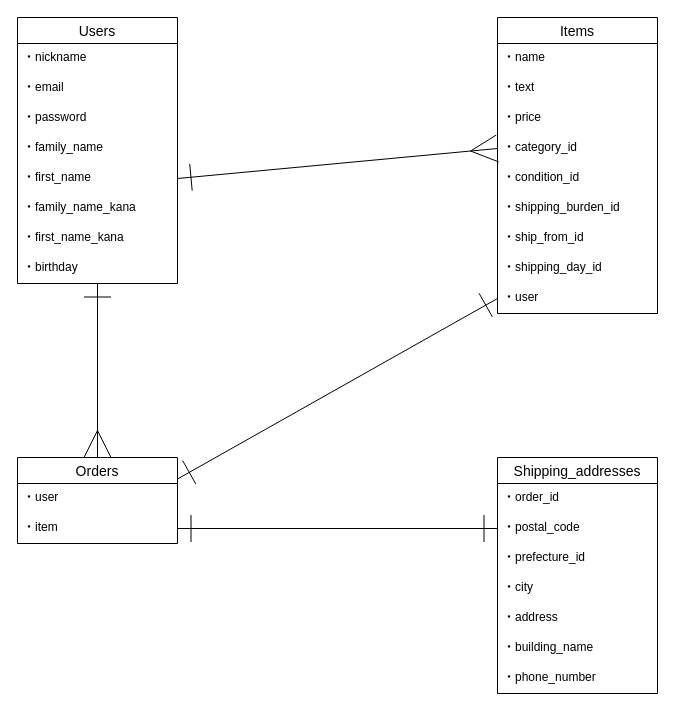
This is ERD.dio from Tabasa-T/furima-42267, a draw.io file, before an edit. Source tidied: cells renumbered, new cells numbered last; positions are measured from the earlier drawing's top-left corner, leaving out a move shared by most shapes. Both pictures are drawn from the tidied source at 100%, with x=0, y=0 at pixel (17, 17).
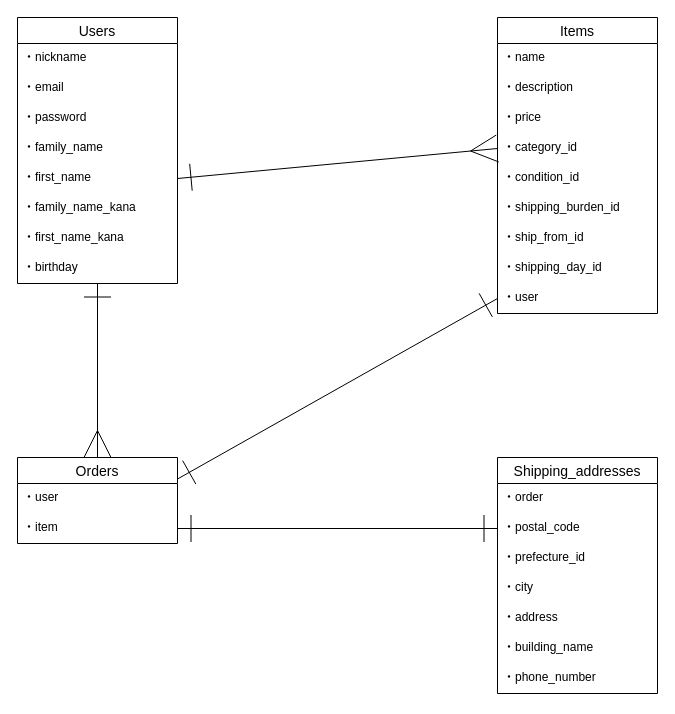
After the change.

Commit message (it also covers changes not shown here):
textカラムのカラム名変更

The change refers to these unchanged cells:
```xml
<mxCell id="12" value="Items" style="swimlane;fontStyle=0;horizontal=1;startSize=26;align=center;fontSize=14;" parent="1" vertex="1">
  <mxGeometry x="480" width="160" height="296" as="geometry" />
</mxCell>
<mxCell id="25" value="Shipping_addresses" style="swimlane;fontStyle=0;horizontal=1;startSize=26;align=center;fontSize=14;" parent="1" vertex="1">
  <mxGeometry x="480" y="440" width="160" height="236" as="geometry" />
</mxCell>
```

Diff of the diagram source:
```diff
@@
-    <mxCell id="14" value="・text" style="text;strokeColor=none;fillColor=none;spacingLeft=4;spacingRight=4;overflow=hidden;fontSize=12;whiteSpace=wrap;html=1;" parent="12" vertex="1">
+    <mxCell id="14" value="・description" style="text;strokeColor=none;fillColor=none;spacingLeft=4;spacingRight=4;overflow=hidden;fontSize=12;whiteSpace=wrap;html=1;" parent="12" vertex="1">
       <mxGeometry y="56" width="160" height="30" as="geometry" />
     </mxCell>
@@
-    <mxCell id="26" value="・order_id" style="text;strokeColor=none;fillColor=none;spacingLeft=4;spacingRight=4;overflow=hidden;fontSize=12;whiteSpace=wrap;html=1;" parent="25" vertex="1">
+    <mxCell id="26" value="・order" style="text;strokeColor=none;fillColor=none;spacingLeft=4;spacingRight=4;overflow=hidden;fontSize=12;whiteSpace=wrap;html=1;" parent="25" vertex="1">
       <mxGeometry y="26" width="160" height="30" as="geometry" />
     </mxCell>
```
